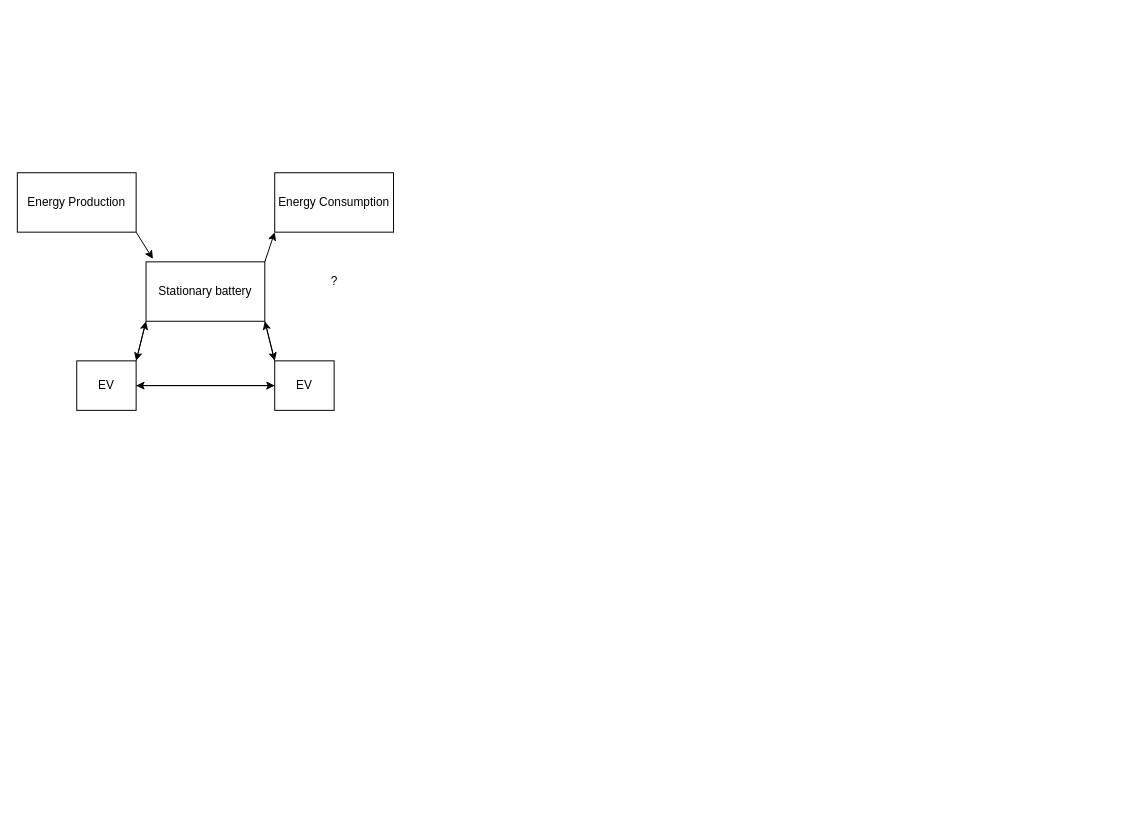
Earlier version of the draw.io diagram page "Page-3" (3 of 3) of tese_Decision_Alg.drawio (joaonpsilva/Tese_Decision_Algorithm). Source tidied: cells renumbered, new cells numbered last; positions are measured from the earlier drawing's top-left corner, leaving out a move shared by most shapes. Both pictures are drawn from the tidied source at 99%, with x=0, y=0 at pixel (17, 172). Pictures stored in the file or linked from it are replaced by grey dashed boxes.
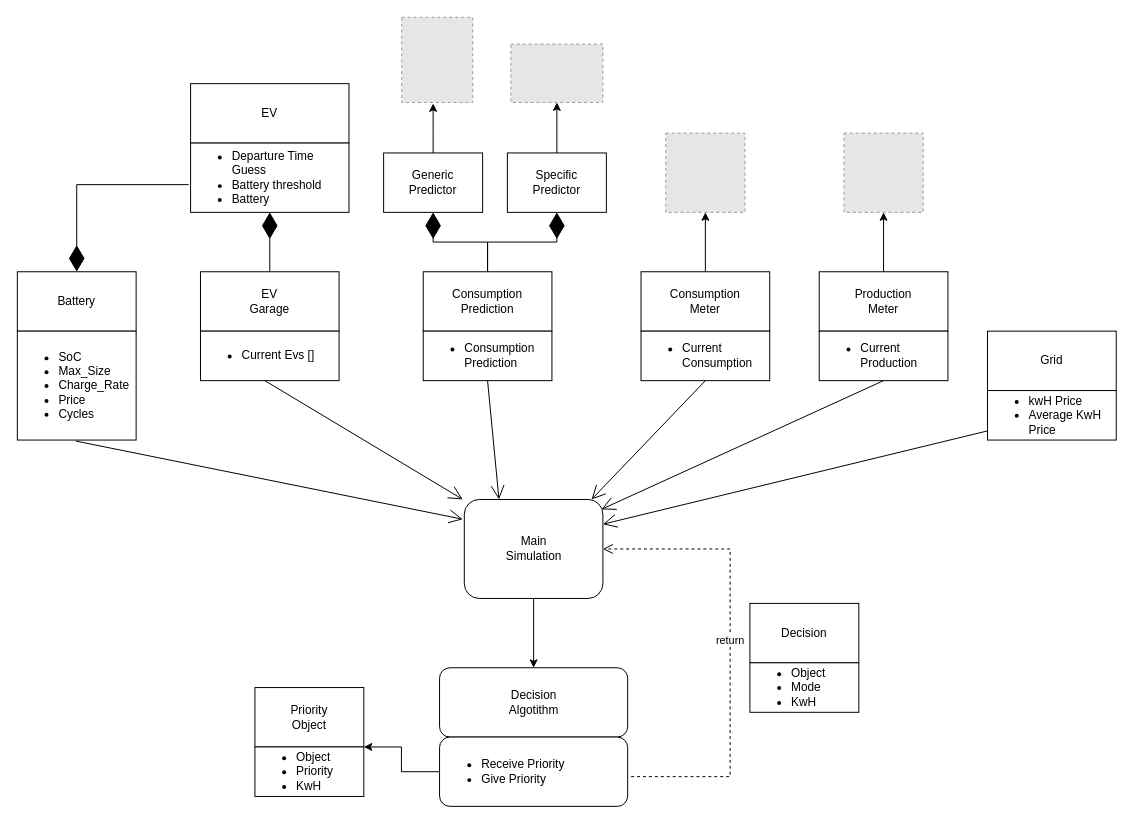
The same page after the edit.

Change to the diagram source:
```diff
@@
-    <mxCell id="2" value="Energy Production" style="rounded=0;whiteSpace=wrap;html=1;" parent="1" vertex="1">
-      <mxGeometry width="120" height="60" as="geometry" />
-    </mxCell>
-    <mxCell id="3" value="Stationary battery" style="rounded=0;whiteSpace=wrap;html=1;" parent="1" vertex="1">
-      <mxGeometry x="130" y="90" width="120" height="60" as="geometry" />
-    </mxCell>
-    <mxCell id="4" value="Energy Consumption" style="rounded=0;whiteSpace=wrap;html=1;" parent="1" vertex="1">
-      <mxGeometry x="260" width="120" height="60" as="geometry" />
-    </mxCell>
-    <mxCell id="5" value="EV" style="rounded=0;whiteSpace=wrap;html=1;" parent="1" vertex="1">
-      <mxGeometry x="60" y="190" width="60" height="50" as="geometry" />
-    </mxCell>
-    <mxCell id="6" value="EV" style="rounded=0;whiteSpace=wrap;html=1;" parent="1" vertex="1">
-      <mxGeometry x="260" y="190" width="60" height="50" as="geometry" />
-    </mxCell>
-    <mxCell id="7" style="endArrow=classic;html=1;rounded=0;exitX=1;exitY=1;exitDx=0;exitDy=0;entryX=0.058;entryY=-0.05;entryDx=0;entryDy=0;entryPerimeter=0;" parent="1" edge="1" source="2" target="3">
-      <mxGeometry relative="1" as="geometry" />
-    </mxCell>
-    <mxCell id="8" style="endArrow=classic;html=1;rounded=0;exitX=1;exitY=0;exitDx=0;exitDy=0;entryX=0;entryY=1;entryDx=0;entryDy=0;" parent="1" edge="1" source="3" target="4">
-      <mxGeometry relative="1" as="geometry" />
-    </mxCell>
-    <mxCell id="9" style="endArrow=classic;html=1;rounded=0;exitX=1;exitY=0;exitDx=0;exitDy=0;entryX=0;entryY=1;entryDx=0;entryDy=0;" parent="1" edge="1" source="5" target="3">
-      <mxGeometry relative="1" as="geometry" />
-    </mxCell>
-    <mxCell id="10" style="endArrow=classic;html=1;rounded=0;exitX=0;exitY=0;exitDx=0;exitDy=0;entryX=1;entryY=1;entryDx=0;entryDy=0;" parent="1" edge="1" source="6" target="3">
-      <mxGeometry relative="1" as="geometry" />
-    </mxCell>
-    <mxCell id="11" style="endArrow=classic;html=1;rounded=0;exitX=0;exitY=1;exitDx=0;exitDy=0;" parent="1" edge="1" source="3">
-      <mxGeometry relative="1" as="geometry">
-        <mxPoint x="120" y="190" as="targetPoint" />
-      </mxGeometry>
-    </mxCell>
-    <mxCell id="12" style="endArrow=classic;html=1;rounded=0;entryX=0;entryY=0;entryDx=0;entryDy=0;exitX=1;exitY=1;exitDx=0;exitDy=0;" parent="1" edge="1" source="3" target="6">
-      <mxGeometry relative="1" as="geometry" />
-    </mxCell>
-    <mxCell id="13" style="endArrow=classic;html=1;rounded=0;exitX=1;exitY=0.5;exitDx=0;exitDy=0;entryX=0;entryY=0.5;entryDx=0;entryDy=0;" parent="1" edge="1" source="5" target="6">
-      <mxGeometry relative="1" as="geometry" />
-    </mxCell>
-    <mxCell id="14" style="endArrow=classic;html=1;rounded=0;entryX=1;entryY=0.5;entryDx=0;entryDy=0;exitX=0;exitY=0.5;exitDx=0;exitDy=0;" parent="1" edge="1" source="6" target="5">
-      <mxGeometry relative="1" as="geometry" />
-    </mxCell>
-    <mxCell id="15" value="?" style="text;html=1;align=center;verticalAlign=middle;strokeColor=none;fillColor=none;" parent="1" vertex="1">
-      <mxGeometry x="310" y="100" width="20" height="20" as="geometry" />
-    </mxCell>
+    <mxCell id="16" value="Decision&lt;br&gt;Algotithm" style="rounded=1;whiteSpace=wrap;html=1;" parent="1" vertex="1">
+      <mxGeometry x="426.5" y="500" width="190" height="70" as="geometry" />
+    </mxCell>
+    <mxCell id="17" style="edgeStyle=orthogonalEdgeStyle;rounded=0;jettySize=auto;html=1;entryX=0.5;entryY=0;entryDx=0;entryDy=0;" parent="1" edge="1" source="18" target="16">
+      <mxGeometry relative="1" as="geometry" />
+    </mxCell>
+    <mxCell id="18" value="Main&lt;br&gt;Simulation" style="rounded=1;whiteSpace=wrap;html=1;" parent="1" vertex="1">
+      <mxGeometry x="451.5" y="330" width="140" height="100" as="geometry" />
+    </mxCell>
+    <mxCell id="19" value="Battery" style="rounded=0;whiteSpace=wrap;html=1;" parent="1" vertex="1">
+      <mxGeometry y="100" width="120" height="60" as="geometry" />
+    </mxCell>
+    <mxCell id="20" style="rounded=0;whiteSpace=wrap;html=1;" parent="1" vertex="1">
+      <mxGeometry y="160" width="120" height="110" as="geometry" />
+    </mxCell>
+    <mxCell id="21" value="&lt;ul&gt;&lt;li&gt;SoC&lt;/li&gt;&lt;li&gt;Max_Size&lt;/li&gt;&lt;li&gt;Charge_Rate&lt;/li&gt;&lt;li&gt;Price&lt;/li&gt;&lt;li&gt;Cycles&lt;/li&gt;&lt;/ul&gt;" style="text;html=1;strokeColor=none;fillColor=none;align=left;verticalAlign=middle;whiteSpace=wrap;rounded=0;" parent="1" vertex="1">
+      <mxGeometry y="160" width="100" height="110" as="geometry" />
+    </mxCell>
+    <mxCell id="22" value="Consumption&lt;br&gt;Prediction" style="rounded=0;whiteSpace=wrap;html=1;" parent="1" vertex="1">
+      <mxGeometry x="410" y="100" width="130" height="60" as="geometry" />
+    </mxCell>
+    <mxCell id="23" style="rounded=0;whiteSpace=wrap;html=1;" parent="1" vertex="1">
+      <mxGeometry x="410" y="160" width="130" height="50" as="geometry" />
+    </mxCell>
+    <mxCell id="24" value="&lt;ul&gt;&lt;li&gt;Consumption Prediction&lt;/li&gt;&lt;/ul&gt;" style="text;html=1;strokeColor=none;fillColor=none;align=left;verticalAlign=middle;whiteSpace=wrap;rounded=0;" parent="1" vertex="1">
+      <mxGeometry x="410" y="160" width="130" height="50" as="geometry" />
+    </mxCell>
+    <mxCell id="25" style="edgeStyle=orthogonalEdgeStyle;rounded=0;jettySize=auto;html=1;" parent="1" edge="1" source="26">
+      <mxGeometry relative="1" as="geometry">
+        <mxPoint x="420" y="-70" as="targetPoint" />
+      </mxGeometry>
+    </mxCell>
+    <mxCell id="26" value="Generic&lt;br&gt;Predictor" style="rounded=0;whiteSpace=wrap;html=1;" parent="1" vertex="1">
+      <mxGeometry x="370" y="-20" width="100" height="60" as="geometry" />
+    </mxCell>
+    <mxCell id="27" style="edgeStyle=orthogonalEdgeStyle;rounded=0;jettySize=auto;html=1;entryX=0.5;entryY=1;entryDx=0;entryDy=0;" parent="1" edge="1" source="28" target="50">
+      <mxGeometry relative="1" as="geometry" />
+    </mxCell>
+    <mxCell id="28" value="Specific&lt;br&gt;Predictor" style="rounded=0;whiteSpace=wrap;html=1;" parent="1" vertex="1">
+      <mxGeometry x="495" y="-20" width="100" height="60" as="geometry" />
+    </mxCell>
+    <mxCell id="29" style="edgeStyle=orthogonalEdgeStyle;rounded=0;jettySize=auto;html=1;entryX=0.5;entryY=1;entryDx=0;entryDy=0;" parent="1" edge="1" source="30" target="42">
+      <mxGeometry relative="1" as="geometry" />
+    </mxCell>
+    <mxCell id="30" value="Consumption&lt;br&gt;Meter" style="rounded=0;whiteSpace=wrap;html=1;" parent="1" vertex="1">
+      <mxGeometry x="630" y="100" width="130" height="60" as="geometry" />
+    </mxCell>
+    <mxCell id="31" style="rounded=0;whiteSpace=wrap;html=1;" parent="1" vertex="1">
+      <mxGeometry x="630" y="160" width="130" height="50" as="geometry" />
+    </mxCell>
+    <mxCell id="32" value="&lt;ul&gt;&lt;li&gt;Current&amp;nbsp; &amp;nbsp; Consumption&lt;/li&gt;&lt;/ul&gt;" style="text;html=1;strokeColor=none;fillColor=none;align=left;verticalAlign=middle;whiteSpace=wrap;rounded=0;" parent="1" vertex="1">
+      <mxGeometry x="630" y="160" width="130" height="50" as="geometry" />
+    </mxCell>
+    <mxCell id="33" value="EV&lt;br&gt;Garage" style="rounded=0;whiteSpace=wrap;html=1;" parent="1" vertex="1">
+      <mxGeometry x="185" y="100" width="140" height="60" as="geometry" />
+    </mxCell>
+    <mxCell id="34" style="rounded=0;whiteSpace=wrap;html=1;" parent="1" vertex="1">
+      <mxGeometry x="185" y="160" width="140" height="50" as="geometry" />
+    </mxCell>
+    <mxCell id="35" value="&lt;ul&gt;&lt;li&gt;Current Evs []&lt;/li&gt;&lt;/ul&gt;" style="text;html=1;strokeColor=none;fillColor=none;align=left;verticalAlign=middle;whiteSpace=wrap;rounded=0;" parent="1" vertex="1">
+      <mxGeometry x="185" y="160" width="130" height="50" as="geometry" />
+    </mxCell>
+    <mxCell id="36" value="EV" style="rounded=0;whiteSpace=wrap;html=1;" parent="1" vertex="1">
+      <mxGeometry x="175" y="-90" width="160" height="60" as="geometry" />
+    </mxCell>
+    <mxCell id="37" style="rounded=0;whiteSpace=wrap;html=1;" parent="1" vertex="1">
+      <mxGeometry x="175" y="-30" width="160" height="70" as="geometry" />
+    </mxCell>
+    <mxCell id="38" value="&lt;ul&gt;&lt;li&gt;Departure Time Guess&lt;/li&gt;&lt;li&gt;Battery threshold&lt;/li&gt;&lt;li&gt;Battery&lt;/li&gt;&lt;/ul&gt;" style="text;html=1;strokeColor=none;fillColor=none;align=left;verticalAlign=middle;whiteSpace=wrap;rounded=0;" parent="1" vertex="1">
+      <mxGeometry x="175" y="-20" width="160" height="50" as="geometry" />
+    </mxCell>
+    <mxCell id="39" style="edgeStyle=orthogonalEdgeStyle;rounded=0;jettySize=auto;html=1;entryX=0.5;entryY=1;entryDx=0;entryDy=0;" parent="1" edge="1" source="40" target="43">
+      <mxGeometry relative="1" as="geometry" />
+    </mxCell>
+    <mxCell id="40" value="Production&lt;br&gt;Meter" style="rounded=0;whiteSpace=wrap;html=1;" parent="1" vertex="1">
+      <mxGeometry x="810" y="100" width="130" height="60" as="geometry" />
+    </mxCell>
+    <mxCell id="41" value="&lt;ul&gt;&lt;li&gt;Current Production&lt;/li&gt;&lt;/ul&gt;" style="rounded=0;whiteSpace=wrap;html=1;align=left;" parent="1" vertex="1">
+      <mxGeometry x="810" y="160" width="130" height="50" as="geometry" />
+    </mxCell>
+    <mxCell id="42" style="fillColor=#E6E6E6;strokeColor=#999999;dashed=1;verticalLabelPosition=bottom;labelBackgroundColor=default;verticalAlign=top;" parent="1" vertex="1">
+      <mxGeometry x="655" y="-40" width="80" height="80" as="geometry" />
+    </mxCell>
+    <mxCell id="43" style="fillColor=#E6E6E6;strokeColor=#999999;dashed=1;verticalLabelPosition=bottom;labelBackgroundColor=default;verticalAlign=top;" parent="1" vertex="1">
+      <mxGeometry x="835" y="-40" width="80" height="80" as="geometry" />
+    </mxCell>
+    <mxCell id="44" value="Grid" style="rounded=0;whiteSpace=wrap;html=1;" parent="1" vertex="1">
+      <mxGeometry x="980" y="160" width="130" height="60" as="geometry" />
+    </mxCell>
+    <mxCell id="45" value="&lt;ul&gt;&lt;li&gt;kwH Price&lt;/li&gt;&lt;li&gt;Average KwH Price&lt;/li&gt;&lt;/ul&gt;" style="rounded=0;whiteSpace=wrap;html=1;align=left;" parent="1" vertex="1">
+      <mxGeometry x="980" y="220" width="130" height="50" as="geometry" />
+    </mxCell>
+    <mxCell id="46" value="Priority&lt;br&gt;Object" style="rounded=0;whiteSpace=wrap;html=1;" parent="1" vertex="1">
+      <mxGeometry x="240" y="520" width="110" height="60" as="geometry" />
+    </mxCell>
+    <mxCell id="47" value="&lt;ul&gt;&lt;li&gt;Object&lt;/li&gt;&lt;li&gt;Priority&lt;/li&gt;&lt;li&gt;KwH&lt;/li&gt;&lt;/ul&gt;" style="rounded=0;whiteSpace=wrap;html=1;align=left;" parent="1" vertex="1">
+      <mxGeometry x="240" y="580" width="110" height="50" as="geometry" />
+    </mxCell>
+    <mxCell id="48" value="Decision" style="rounded=0;whiteSpace=wrap;html=1;" parent="1" vertex="1">
+      <mxGeometry x="740" y="435" width="110" height="60" as="geometry" />
+    </mxCell>
+    <mxCell id="49" value="&lt;ul&gt;&lt;li&gt;Object&lt;/li&gt;&lt;li&gt;Mode&lt;/li&gt;&lt;li&gt;KwH&lt;/li&gt;&lt;/ul&gt;" style="rounded=0;whiteSpace=wrap;html=1;align=left;" parent="1" vertex="1">
+      <mxGeometry x="740" y="495" width="110" height="50" as="geometry" />
+    </mxCell>
+    <mxCell id="50" style="fillColor=#E6E6E6;strokeColor=#999999;dashed=1;verticalLabelPosition=bottom;labelBackgroundColor=default;verticalAlign=top;" parent="1" vertex="1">
+      <mxGeometry x="498.5" y="-130" width="93" height="59" as="geometry" />
+    </mxCell>
+    <mxCell id="51" style="fillColor=#E6E6E6;strokeColor=#999999;dashed=1;verticalLabelPosition=bottom;labelBackgroundColor=default;verticalAlign=top;" parent="1" vertex="1">
+      <mxGeometry x="388.3" y="-157" width="71.7" height="86" as="geometry" />
+    </mxCell>
+    <mxCell id="52" style="endArrow=diamondThin;endFill=1;endSize=24;html=1;rounded=0;exitX=0.5;exitY=0;exitDx=0;exitDy=0;" parent="1" edge="1" source="33">
+      <mxGeometry relative="1" as="geometry">
+        <mxPoint x="255" y="40" as="targetPoint" />
+      </mxGeometry>
+    </mxCell>
+    <mxCell id="53" style="endArrow=diamondThin;endFill=1;endSize=24;html=1;rounded=0;entryX=0.5;entryY=0;entryDx=0;entryDy=0;exitX=-0.012;exitY=0.64;exitDx=0;exitDy=0;exitPerimeter=0;" parent="1" edge="1" source="38" target="19">
+      <mxGeometry relative="1" as="geometry">
+        <Array as="points">
+          <mxPoint x="60" y="12" />
+        </Array>
+      </mxGeometry>
+    </mxCell>
+    <mxCell id="54" style="endArrow=diamondThin;endFill=1;endSize=24;html=1;rounded=0;exitX=0.5;exitY=0;exitDx=0;exitDy=0;" parent="1" edge="1" source="22">
+      <mxGeometry relative="1" as="geometry">
+        <mxPoint x="420" y="40" as="targetPoint" />
+        <Array as="points">
+          <mxPoint x="475" y="70" />
+          <mxPoint x="420" y="70" />
+        </Array>
+      </mxGeometry>
+    </mxCell>
+    <mxCell id="55" style="endArrow=diamondThin;endFill=1;endSize=24;html=1;rounded=0;exitX=0.5;exitY=0;exitDx=0;exitDy=0;entryX=0.5;entryY=1;entryDx=0;entryDy=0;" parent="1" edge="1" source="22" target="28">
+      <mxGeometry relative="1" as="geometry">
+        <Array as="points">
+          <mxPoint x="475" y="70" />
+          <mxPoint x="545" y="70" />
+        </Array>
+      </mxGeometry>
+    </mxCell>
+    <mxCell id="56" style="endArrow=open;endFill=1;endSize=12;html=1;rounded=0;exitX=0.59;exitY=1.009;exitDx=0;exitDy=0;exitPerimeter=0;" parent="1" edge="1" source="21">
+      <mxGeometry relative="1" as="geometry">
+        <mxPoint x="450" y="350" as="targetPoint" />
+      </mxGeometry>
+    </mxCell>
+    <mxCell id="57" style="endArrow=open;endFill=1;endSize=12;html=1;rounded=0;exitX=0.5;exitY=1;exitDx=0;exitDy=0;" parent="1" edge="1" source="35">
+      <mxGeometry relative="1" as="geometry">
+        <mxPoint x="450" y="330" as="targetPoint" />
+      </mxGeometry>
+    </mxCell>
+    <mxCell id="58" style="endArrow=open;endFill=1;endSize=12;html=1;rounded=0;exitX=0.5;exitY=1;exitDx=0;exitDy=0;entryX=0.25;entryY=0;entryDx=0;entryDy=0;" parent="1" edge="1" source="24" target="18">
+      <mxGeometry relative="1" as="geometry" />
+    </mxCell>
+    <mxCell id="59" style="endArrow=open;endFill=1;endSize=12;html=1;rounded=0;exitX=0.5;exitY=1;exitDx=0;exitDy=0;" parent="1" edge="1" source="32">
+      <mxGeometry relative="1" as="geometry">
+        <mxPoint x="580" y="330" as="targetPoint" />
+      </mxGeometry>
+    </mxCell>
+    <mxCell id="60" style="endArrow=open;endFill=1;endSize=12;html=1;rounded=0;exitX=0.5;exitY=1;exitDx=0;exitDy=0;" parent="1" edge="1" source="41">
+      <mxGeometry relative="1" as="geometry">
+        <mxPoint x="590" y="340" as="targetPoint" />
+      </mxGeometry>
+    </mxCell>
+    <mxCell id="61" style="endArrow=open;endFill=1;endSize=12;html=1;rounded=0;entryX=1;entryY=0.25;entryDx=0;entryDy=0;" parent="1" edge="1" source="45" target="18">
+      <mxGeometry relative="1" as="geometry" />
+    </mxCell>
+    <mxCell id="62" style="edgeStyle=orthogonalEdgeStyle;rounded=0;jettySize=auto;html=1;entryX=1;entryY=0;entryDx=0;entryDy=0;" parent="1" edge="1" source="63" target="47">
+      <mxGeometry relative="1" as="geometry">
+        <Array as="points">
+          <mxPoint x="388" y="605" />
+          <mxPoint x="388" y="580" />
+        </Array>
+      </mxGeometry>
+    </mxCell>
+    <mxCell id="63" value="&lt;ul&gt;&lt;li&gt;Receive Priority&lt;/li&gt;&lt;li&gt;Give Priority&lt;/li&gt;&lt;/ul&gt;" style="rounded=1;whiteSpace=wrap;html=1;align=left;" parent="1" vertex="1">
+      <mxGeometry x="426.5" y="570" width="190" height="70" as="geometry" />
+    </mxCell>
+    <mxCell id="64" value="return" style="html=1;verticalAlign=bottom;endArrow=open;dashed=1;endSize=8;rounded=0;entryX=1;entryY=0.5;entryDx=0;entryDy=0;" parent="1" edge="1" target="18">
+      <mxGeometry relative="1" as="geometry">
+        <mxPoint x="620" y="610" as="sourcePoint" />
+        <Array as="points">
+          <mxPoint x="720" y="610" />
+          <mxPoint x="720" y="380" />
+        </Array>
+      </mxGeometry>
+    </mxCell>
```
